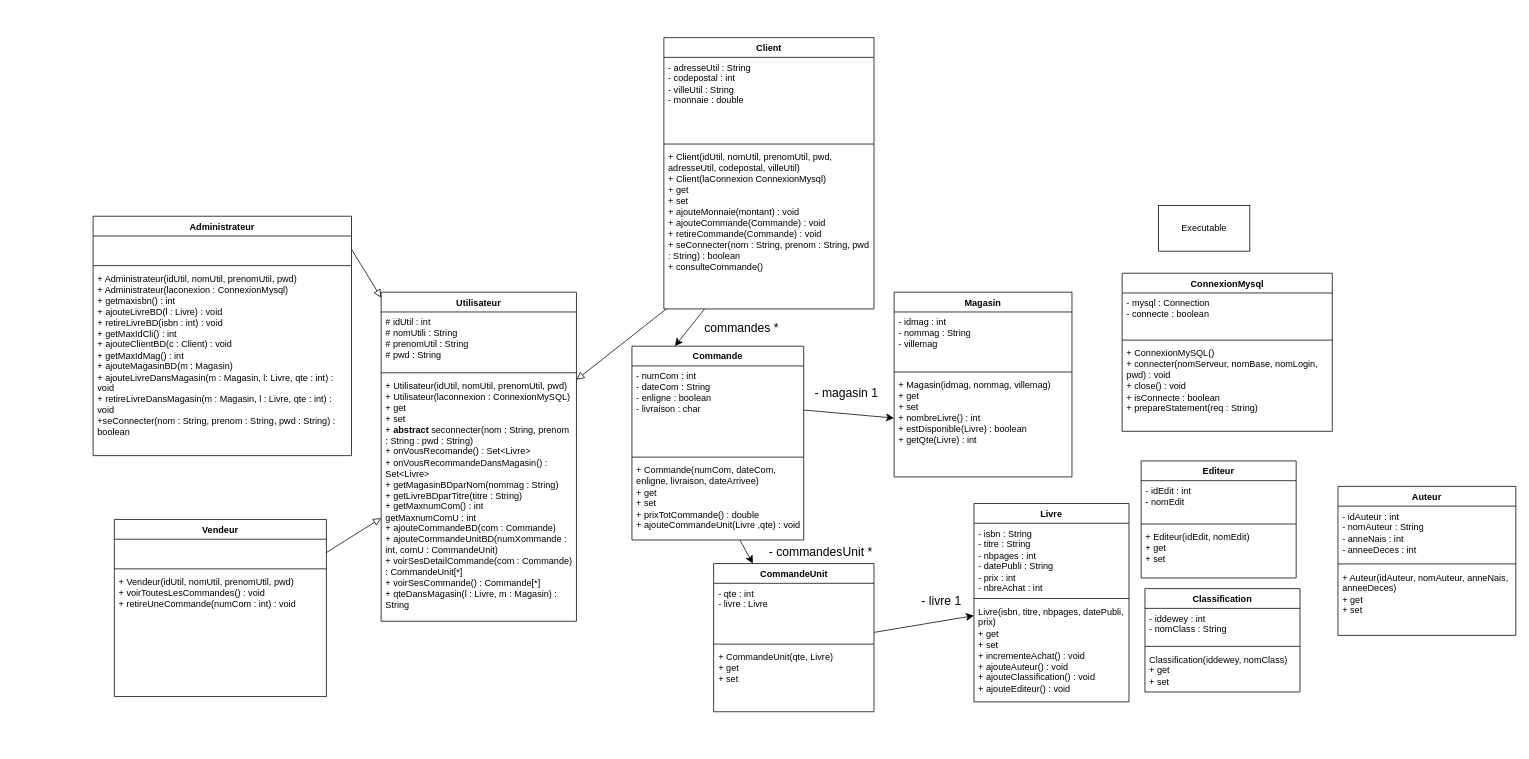
Before: UML.drawio in BastienMonet/SAEjava2.03, a draw.io diagram. Source tidied: cells renumbered, new cells numbered last; positions are measured from the earlier drawing's top-left corner, leaving out a move shared by most shapes. Both pictures are drawn from the tidied source at 76%, with x=0, y=0 at pixel (93, 37).
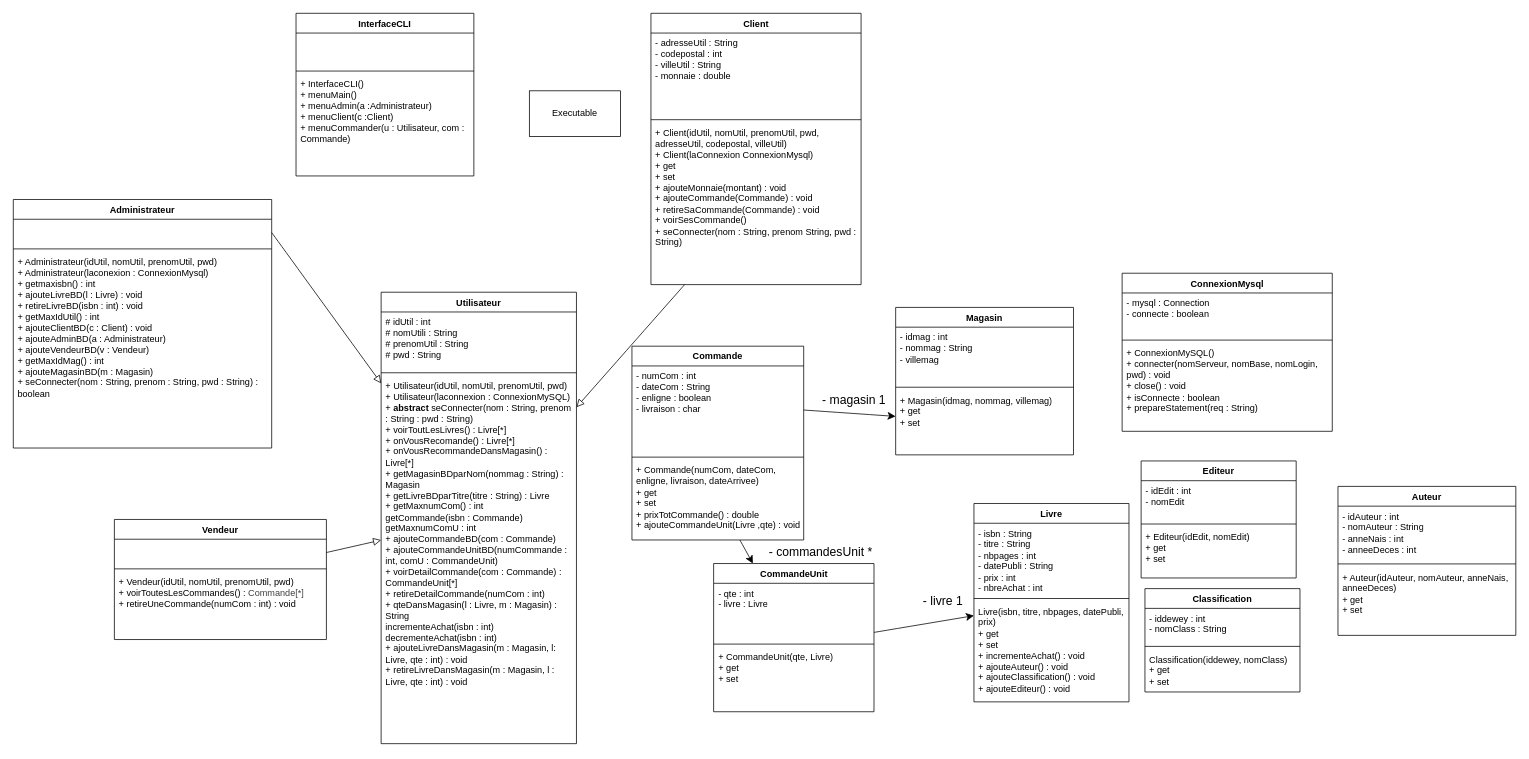
The same page after the edit.

The change refers to these unchanged cells:
```xml
<mxCell id="11" value="Commande" style="swimlane;fontStyle=1;align=center;verticalAlign=top;horizontal=1;startSize=26;whiteSpace=wrap;html=1;" parent="1" vertex="1">
  <mxGeometry x="709" y="406" width="226" height="255" as="geometry" />
</mxCell>
```

What changed in the source:
```diff
@@
     <mxCell id="2" value="Utilisateur" style="swimlane;fontStyle=1;align=center;verticalAlign=top;horizontal=1;startSize=26;whiteSpace=wrap;html=1;" parent="1" vertex="1">
-      <mxGeometry x="379" y="335" width="257" height="433" as="geometry" />
+      <mxGeometry x="379" y="335" width="257" height="594" as="geometry" />
     </mxCell>
@@
-    <mxCell id="5" value="&lt;div&gt;+ Utilisateur(idUtil, nomUtil, prenomUtil, pwd)&lt;/div&gt;&lt;div&gt;+ Utilisateur(laconnexion : ConnexionMySQL)&lt;/div&gt;&lt;div&gt;+ get&lt;/div&gt;&lt;div&gt;+ set&lt;/div&gt;&lt;div&gt;+ &lt;b&gt;abstract&lt;/b&gt; seconnecter(nom : String, prenom : String : pwd : String)&lt;/div&gt;&lt;div&gt;+ onVousRecomande() : Set&amp;lt;Livre&amp;gt;&lt;/div&gt;&lt;div&gt;+ onVousRecommandeDansMagasin() : Set&amp;lt;Livre&amp;gt;&lt;/div&gt;&lt;div&gt;+ getMagasinBDparNom(nommag : String)&lt;/div&gt;&lt;div&gt;+ getLivreBDparTitre(titre : String)&lt;/div&gt;&lt;div&gt;+ getMaxnumCom() : int&lt;/div&gt;&lt;div&gt;getMaxnumComU : int&lt;/div&gt;&lt;div&gt;+ ajouteCommandeBD(com : Commande)&lt;/div&gt;&lt;div&gt;+ ajouteCommandeUnitBD(numXommande : int, comU : CommandeUnit)&lt;/div&gt;&lt;div&gt;+ voirSesDetailCommande(com : Commande) : CommandeUnit[*]&lt;/div&gt;&lt;div&gt;+ voirSesCommande() : Commande[*]&lt;/div&gt;&lt;div&gt;+ qteDansMagasin(l : Livre, m : Magasin) : String&amp;nbsp;&lt;/div&gt;" style="text;strokeColor=none;fillColor=none;align=left;verticalAlign=top;spacingLeft=4;spacingRight=4;overflow=hidden;whiteSpace=wrap;html=1;" parent="2" vertex="1">
-      <mxGeometry y="110" width="257" height="323" as="geometry" />
+    <mxCell id="5" value="&lt;div&gt;+ Utilisateur(idUtil, nomUtil, prenomUtil, pwd)&lt;/div&gt;&lt;div&gt;+ Utilisateur(laconnexion : ConnexionMySQL)&lt;/div&gt;&lt;div&gt;+ &lt;b&gt;abstract&lt;/b&gt; seConnecter(nom : String, prenom : String : pwd : String)&lt;/div&gt;&lt;div&gt;+ voirToutLesLivres() : Livre[*]&lt;/div&gt;&lt;div&gt;+ onVousRecomande() : Livre[*]&lt;/div&gt;&lt;div&gt;+ onVousRecommandeDansMagasin() : Livre[*]&lt;/div&gt;&lt;div&gt;+ getMagasinBDparNom(nommag : String) : Magasin&lt;/div&gt;&lt;div&gt;+ getLivreBDparTitre(titre : String) : Livre&lt;/div&gt;&lt;div&gt;+ getMaxnumCom() : int&lt;/div&gt;&lt;div&gt;getCommande(isbn : Commande)&lt;/div&gt;&lt;div&gt;getMaxnumComU : int&lt;/div&gt;&lt;div&gt;+ ajouteCommandeBD(com : Commande)&lt;/div&gt;&lt;div&gt;+ ajouteCommandeUnitBD(numCommande : int, comU : CommandeUnit)&lt;/div&gt;&lt;div&gt;+ voirDetailCommande(com : Commande) : CommandeUnit[*]&lt;/div&gt;&lt;div&gt;+ retireDetailCommande(numCom : int)&lt;/div&gt;&lt;div&gt;+ qteDansMagasin(l : Livre, m : Magasin) : String&lt;/div&gt;&lt;div&gt;incrementeAchat(isbn : int)&lt;/div&gt;&lt;div&gt;decrementeAchat(isbn : int)&amp;nbsp;&lt;/div&gt;&lt;div&gt;&lt;div&gt;+ ajouteLivreDansMagasin(m : Magasin, l: Livre, qte : int) : void&lt;/div&gt;&lt;div&gt;+ retireLivreDansMagasin(m : Magasin, l : Livre, qte : int) : void&lt;/div&gt;&lt;/div&gt;&lt;div&gt;&lt;br&gt;&lt;/div&gt;" style="text;strokeColor=none;fillColor=none;align=left;verticalAlign=top;spacingLeft=4;spacingRight=4;overflow=hidden;whiteSpace=wrap;html=1;" parent="2" vertex="1">
+      <mxGeometry y="110" width="257" height="484" as="geometry" />
     </mxCell>
@@
     <mxCell id="27" value="Magasin" style="swimlane;fontStyle=1;align=center;verticalAlign=top;horizontal=1;startSize=26;whiteSpace=wrap;html=1;" parent="1" vertex="1">
-      <mxGeometry x="1054" y="335" width="234" height="243" as="geometry" />
+      <mxGeometry x="1056" y="355" width="234" height="194" as="geometry" />
     </mxCell>
@@
-    <mxCell id="30" value="&lt;div&gt;&lt;div&gt;+ Magasin(idmag, nommag, villemag)&lt;/div&gt;&lt;div&gt;+ get&lt;/div&gt;&lt;div&gt;+ set&lt;/div&gt;&lt;/div&gt;&lt;div&gt;+ nombreLivre() : int&lt;/div&gt;&lt;div&gt;+ estDisponible(Livre) : boolean&lt;/div&gt;&lt;div&gt;&lt;span style=&quot;background-color: transparent;&quot;&gt;+ getQte(Livre) : int&lt;/span&gt;&lt;/div&gt;" style="text;strokeColor=none;fillColor=none;align=left;verticalAlign=top;spacingLeft=4;spacingRight=4;overflow=hidden;points=[[0,0.5],[1,0.5]];portConstraint=eastwest;whiteSpace=wrap;html=1;" parent="27" vertex="1">
-      <mxGeometry y="109" width="234" height="134" as="geometry" />
+    <mxCell id="30" value="&lt;div&gt;&lt;div&gt;+ Magasin(idmag, nommag, villemag)&lt;/div&gt;&lt;div&gt;+ get&lt;/div&gt;&lt;div&gt;+ set&lt;/div&gt;&lt;/div&gt;" style="text;strokeColor=none;fillColor=none;align=left;verticalAlign=top;spacingLeft=4;spacingRight=4;overflow=hidden;points=[[0,0.5],[1,0.5]];portConstraint=eastwest;whiteSpace=wrap;html=1;" parent="27" vertex="1">
+      <mxGeometry y="109" width="234" height="85" as="geometry" />
     </mxCell>
     <mxCell id="31" value="Client" style="swimlane;fontStyle=1;align=center;verticalAlign=top;horizontal=1;startSize=26;whiteSpace=wrap;html=1;" parent="1" vertex="1">
-      <mxGeometry x="751" width="276.5" height="357" as="geometry" />
+      <mxGeometry x="734" y="-32" width="276.5" height="357" as="geometry" />
     </mxCell>
@@
-    <mxCell id="34" value="&lt;div&gt;+ Client(idUtil, nomUtil, prenomUtil, pwd, adresseUtil, codepostal, villeUtil)&lt;/div&gt;&lt;div&gt;+ Client(laConnexion ConnexionMysql)&lt;/div&gt;&lt;div&gt;+ get&lt;/div&gt;&lt;div&gt;+ set&lt;/div&gt;&lt;div&gt;+ ajouteMonnaie(montant) : void&lt;/div&gt;&lt;div&gt;+ ajouteCommande(Commande) : void&lt;/div&gt;&lt;div&gt;+ retireCommande(Commande) : void&lt;/div&gt;&lt;div&gt;+ seConnecter(nom : String, prenom : String, pwd : String) : boolean&lt;/div&gt;&lt;div&gt;+ consulteCommande()&lt;/div&gt;" style="text;strokeColor=none;fillColor=none;align=left;verticalAlign=top;spacingLeft=4;spacingRight=4;overflow=hidden;points=[[0,0.5],[1,0.5]];portConstraint=eastwest;whiteSpace=wrap;html=1;" parent="31" vertex="1">
+    <mxCell id="34" value="&lt;div&gt;+ Client(idUtil, nomUtil, prenomUtil, pwd, adresseUtil, codepostal, villeUtil)&lt;/div&gt;&lt;div&gt;+ Client(laConnexion ConnexionMysql)&lt;/div&gt;&lt;div&gt;+ get&lt;/div&gt;&lt;div&gt;+ set&lt;/div&gt;&lt;div&gt;+ ajouteMonnaie(montant) : void&lt;/div&gt;&lt;div&gt;+ ajouteCommande(Commande) : void&lt;/div&gt;&lt;div&gt;+ retireSaCommande(Commande) : void&lt;/div&gt;&lt;div&gt;+ voirSesCommande()&lt;/div&gt;&lt;div&gt;+ seConnecter(nom : String, prenom String, pwd : String)&lt;/div&gt;" style="text;strokeColor=none;fillColor=none;align=left;verticalAlign=top;spacingLeft=4;spacingRight=4;overflow=hidden;points=[[0,0.5],[1,0.5]];portConstraint=eastwest;whiteSpace=wrap;html=1;" parent="31" vertex="1">
       <mxGeometry y="144" width="276.5" height="213" as="geometry" />
     </mxCell>
     <mxCell id="35" value="Administrateur" style="swimlane;fontStyle=1;align=center;verticalAlign=top;horizontal=1;startSize=26;whiteSpace=wrap;html=1;" parent="1" vertex="1">
-      <mxGeometry y="235" width="340" height="315" as="geometry" />
+      <mxGeometry x="-105" y="213" width="340" height="327" as="geometry" />
     </mxCell>
@@
-    <mxCell id="38" value="&lt;div&gt;+ Administrateur(idUtil, nomUtil, prenomUtil, pwd)&lt;/div&gt;&lt;div&gt;+ Administrateur(laconexion : ConnexionMysql)&lt;/div&gt;&lt;div&gt;+ getmaxisbn() : int&lt;/div&gt;&lt;div&gt;+ ajouteLivreBD(l : Livre) : void&lt;/div&gt;&lt;div&gt;+ retireLivreBD(isbn : int) : void&lt;/div&gt;&lt;div&gt;+ getMaxIdCli() : int&lt;/div&gt;&lt;div&gt;+ ajouteClientBD(c : Client) : void&lt;/div&gt;&lt;div&gt;+ getMaxIdMag() : int&lt;/div&gt;&lt;div&gt;+ ajouteMagasinBD(m : Magasin)&lt;/div&gt;&lt;div&gt;+ ajouteLivreDansMagasin(m : Magasin, l: Livre, qte : int) : void&lt;/div&gt;&lt;div&gt;+ retireLivreDansMagasin(m : Magasin, l : Livre, qte : int) : void&lt;/div&gt;&lt;div&gt;+seConnecter(nom : String, prenom : String, pwd : String) : boolean&lt;/div&gt;&lt;div&gt;&lt;br&gt;&lt;/div&gt;" style="text;strokeColor=none;fillColor=none;align=left;verticalAlign=top;spacingLeft=4;spacingRight=4;overflow=hidden;whiteSpace=wrap;html=1;" parent="35" vertex="1">
-      <mxGeometry y="69" width="340" height="246" as="geometry" />
+    <mxCell id="38" value="&lt;div&gt;+ Administrateur(idUtil, nomUtil, prenomUtil, pwd)&lt;/div&gt;&lt;div&gt;+ Administrateur(laconexion : ConnexionMysql)&lt;/div&gt;&lt;div&gt;+ getmaxisbn() : int&lt;/div&gt;&lt;div&gt;+ ajouteLivreBD(l : Livre) : void&lt;/div&gt;&lt;div&gt;+ retireLivreBD(isbn : int) : void&lt;/div&gt;&lt;div&gt;+ getMaxIdUtil() : int&lt;/div&gt;&lt;div&gt;+ ajouteClientBD(c : Client) : void&lt;/div&gt;&lt;div&gt;+ ajouteAdminBD(a : Administrateur)&lt;/div&gt;&lt;div&gt;+ ajouteVendeurBD(v : Vendeur)&lt;/div&gt;&lt;div&gt;+ getMaxIdMag() : int&lt;/div&gt;&lt;div&gt;+ ajouteMagasinBD(m : Magasin)&lt;/div&gt;&lt;div&gt;&lt;span style=&quot;background-color: transparent;&quot;&gt;+ seConnecter(nom : String, prenom : String, pwd : String) : boolean&lt;/span&gt;&lt;/div&gt;&lt;div&gt;&lt;br&gt;&lt;/div&gt;" style="text;strokeColor=none;fillColor=none;align=left;verticalAlign=top;spacingLeft=4;spacingRight=4;overflow=hidden;whiteSpace=wrap;html=1;" parent="35" vertex="1">
+      <mxGeometry y="69" width="340" height="258" as="geometry" />
     </mxCell>
@@
     <mxCell id="40" value="- magasin 1" style="text;html=1;align=center;verticalAlign=middle;strokeColor=none;fillColor=none;fontSize=16;" parent="1" vertex="1">
-      <mxGeometry x="940" y="452" width="102" height="31" as="geometry" />
+      <mxGeometry x="950" y="460" width="102" height="31" as="geometry" />
     </mxCell>
@@
     <mxCell id="47" value="Vendeur" style="swimlane;fontStyle=1;align=center;verticalAlign=top;horizontal=1;startSize=26;whiteSpace=wrap;html=1;" parent="1" vertex="1">
-      <mxGeometry x="28" y="634" width="279" height="233" as="geometry" />
+      <mxGeometry x="28" y="634" width="279" height="158" as="geometry" />
     </mxCell>
@@
-    <mxCell id="50" value="&lt;div&gt;+ Vendeur(idUtil, nomUtil, prenomUtil, pwd)&lt;/div&gt;&lt;div&gt;&lt;div&gt;+ voirToutesLesCommandes() : void&lt;/div&gt;&lt;div&gt;+ retireUneCommande(numCom : int) : void&lt;/div&gt;&lt;br&gt;&lt;/div&gt;" style="text;strokeColor=none;fillColor=none;align=left;verticalAlign=top;spacingLeft=4;spacingRight=4;overflow=hidden;whiteSpace=wrap;html=1;" parent="47" vertex="1">
-      <mxGeometry y="69" width="279" height="164" as="geometry" />
+    <mxCell id="50" value="&lt;div&gt;+ Vendeur(idUtil, nomUtil, prenomUtil, pwd)&lt;/div&gt;&lt;div&gt;&lt;div&gt;+ voirToutesLesCommandes() :&amp;nbsp;&lt;span style=&quot;color: rgb(63, 63, 63); background-color: transparent;&quot;&gt;Commande[*]&lt;/span&gt;&lt;/div&gt;&lt;div&gt;+ retireUneCommande(numCom : int) : void&lt;/div&gt;&lt;/div&gt;" style="text;strokeColor=none;fillColor=none;align=left;verticalAlign=top;spacingLeft=4;spacingRight=4;overflow=hidden;whiteSpace=wrap;html=1;" parent="47" vertex="1">
+      <mxGeometry y="69" width="279" height="89" as="geometry" />
     </mxCell>
@@
-    <mxCell id="52" style="edgeStyle=none;curved=1;rounded=0;jettySize=auto;html=1;entryX=0.25;entryY=0;entryDx=0;entryDy=0;fontSize=12;startSize=8;endSize=8;" parent="1" edge="1" source="34" target="11">
-      <mxGeometry relative="1" as="geometry" />
-    </mxCell>
-    <mxCell id="53" value="commandes *" style="text;html=1;align=center;verticalAlign=middle;strokeColor=none;fillColor=none;fontSize=16;" parent="1" vertex="1">
-      <mxGeometry x="795" y="366" width="116" height="31" as="geometry" />
-    </mxCell>
@@
     <mxCell id="55" value="- livre 1" style="text;html=1;align=center;verticalAlign=middle;strokeColor=none;fillColor=none;fontSize=16;" parent="1" vertex="1">
-      <mxGeometry x="1081" y="725" width="70" height="31" as="geometry" />
+      <mxGeometry x="1083" y="725" width="70" height="31" as="geometry" />
     </mxCell>
@@
     <mxCell id="57" value="Executable" style="rounded=0;whiteSpace=wrap;html=1;" parent="1" vertex="1">
-      <mxGeometry x="1402" y="221" width="120" height="60" as="geometry" />
+      <mxGeometry x="574" y="70" width="120" height="60" as="geometry" />
     </mxCell>
@@
+    <mxCell id="62" value="InterfaceCLI" style="swimlane;fontStyle=1;align=center;verticalAlign=top;horizontal=1;startSize=26;whiteSpace=wrap;html=1;" parent="1" vertex="1">
+      <mxGeometry x="267" y="-32" width="234" height="214" as="geometry" />
+    </mxCell>
+    <mxCell id="63" value="&lt;div&gt;&lt;br&gt;&lt;/div&gt;" style="text;strokeColor=none;fillColor=none;align=left;verticalAlign=top;spacingLeft=4;spacingRight=4;overflow=hidden;whiteSpace=wrap;html=1;" parent="62" vertex="1">
+      <mxGeometry y="26" width="234" height="46" as="geometry" />
+    </mxCell>
+    <mxCell id="64" style="line;strokeWidth=1;fillColor=none;align=left;verticalAlign=middle;spacingTop=-1;spacingLeft=3;spacingRight=3;labelPosition=right;strokeColor=inherit;" parent="62" vertex="1">
+      <mxGeometry y="72" width="234" height="8" as="geometry" />
+    </mxCell>
+    <mxCell id="65" value="&lt;div&gt;&lt;div&gt;+ InterfaceCLI()&lt;/div&gt;&lt;/div&gt;&lt;div&gt;+ menuMain()&lt;/div&gt;&lt;div&gt;+ menuAdmin(a :Administrateur)&lt;/div&gt;&lt;div&gt;+ menuClient(c :Client)&lt;/div&gt;&lt;div&gt;+ menuCommander(u : Utilisateur, com : Commande)&lt;/div&gt;" style="text;strokeColor=none;fillColor=none;align=left;verticalAlign=top;spacingLeft=4;spacingRight=4;overflow=hidden;whiteSpace=wrap;html=1;" parent="62" vertex="1">
+      <mxGeometry y="80" width="234" height="134" as="geometry" />
+    </mxCell>
```
